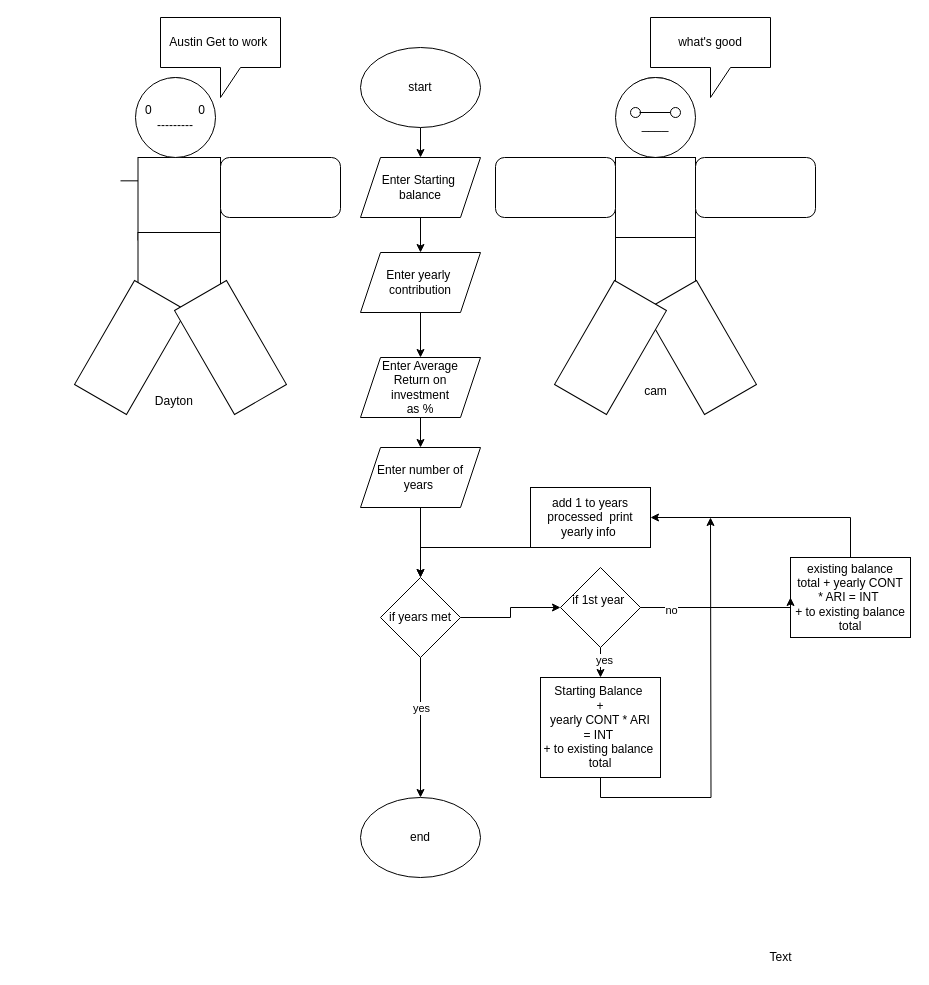
The draw.io diagram Untitled Diagram.drawio in WilsonTalentCenter/advpseudoflow-warda21, before the edit. Source tidied: cells renumbered, new cells numbered last; positions are measured from the earlier drawing's top-left corner, leaving out a move shared by most shapes. Both pictures are drawn from the tidied source at 100%, with x=0, y=0 at pixel (70, 17).
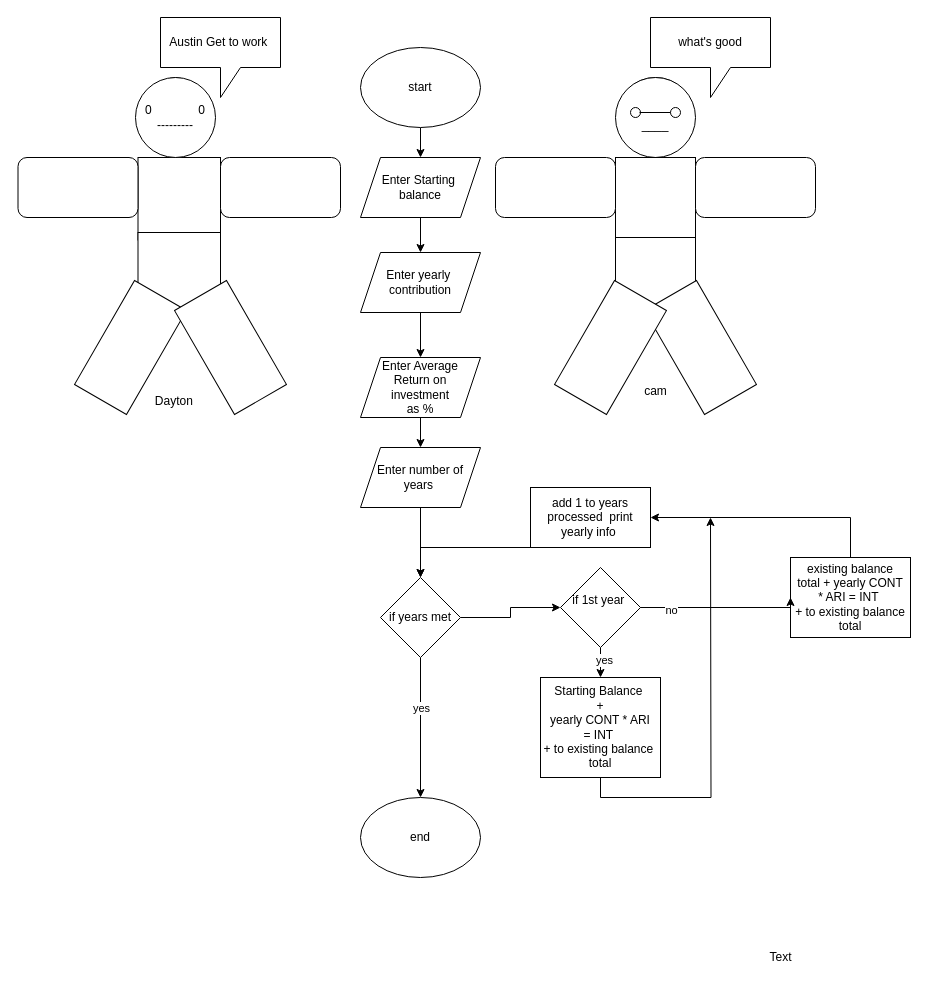
The same diagram, later.

What changed in the source:
```diff
@@
+    <mxCell id="49" style="rounded=1;whiteSpace=wrap;html=1;" parent="1" vertex="1">
+      <mxGeometry x="-52.5" y="140" width="120" height="60" as="geometry" />
+    </mxCell>
```
